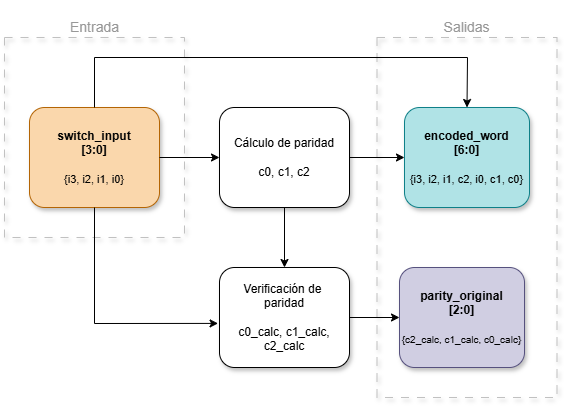
Above: Proyecto_1/module_encoder.png in MelanieEH01/Images_README (draw.io), before the change. Source tidied: cells renumbered, new cells last; positions are measured from the earlier drawing's top-left corner, leaving out a move shared by most shapes.
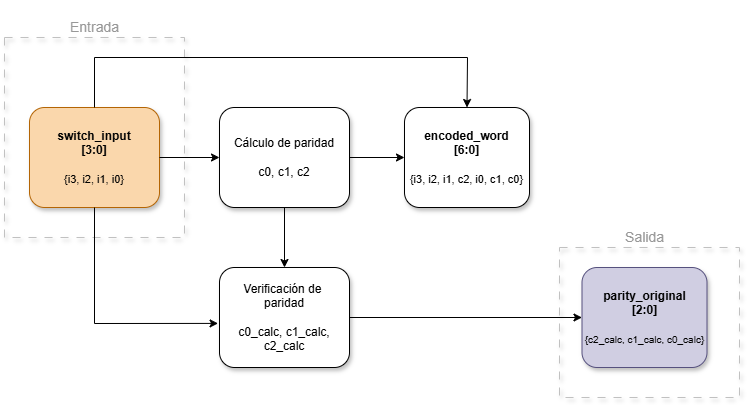
After the change.

Diff of the diagram source:
```diff
@@ -3,7 +3,7 @@
     <mxCell id="0" />
     <mxCell id="1" parent="0" />
     <mxCell id="2" style="rounded=0;whiteSpace=wrap;html=1;dashed=1;dashPattern=8 8;strokeColor=#C1C1C1;fillColor=none;shadow=1;" parent="1" vertex="1">
-      <mxGeometry x="372.5" y="30" width="180" height="360" as="geometry" />
+      <mxGeometry x="555" y="240" width="180" height="150" as="geometry" />
     </mxCell>
     <mxCell id="3" style="rounded=0;whiteSpace=wrap;html=1;dashed=1;dashPattern=8 8;strokeColor=#C1C1C1;fillColor=none;shadow=1;" parent="1" vertex="1">
       <mxGeometry y="30" width="180" height="200" as="geometry" />
@@ -31,17 +31,17 @@
     <mxCell id="10" value="Verificación de&amp;nbsp;&lt;div&gt;paridad&lt;div&gt;&lt;br&gt;&lt;/div&gt;&lt;div&gt;c0_calc, c1_calc, c2_calc&lt;/div&gt;&lt;/div&gt;" style="rounded=1;whiteSpace=wrap;html=1;fontFamily=Helvetica;glass=0;shadow=1;" parent="1" vertex="1">
       <mxGeometry x="215" y="260" width="130" height="100" as="geometry" />
     </mxCell>
-    <mxCell id="11" value="&lt;b&gt;encoded_word&lt;/b&gt;&lt;div&gt;&lt;b&gt;[6:0]&lt;/b&gt;&lt;/div&gt;&lt;div&gt;&lt;br&gt;&lt;/div&gt;&lt;div&gt;&lt;font style=&quot;font-size: 11px;&quot;&gt;{i3, i2, i1, c2, i0, c1, c0}&lt;/font&gt;&lt;/div&gt;" style="rounded=1;whiteSpace=wrap;html=1;fontFamily=Helvetica;fillColor=#b0e3e6;strokeColor=#0e8088;shadow=1;" parent="1" vertex="1">
+    <mxCell id="11" value="&lt;span&gt;&lt;b&gt;encoded_word&lt;/b&gt;&lt;/span&gt;&lt;div&gt;&lt;span&gt;&lt;b&gt;[6:0]&lt;/b&gt;&lt;/span&gt;&lt;/div&gt;&lt;div&gt;&lt;br&gt;&lt;/div&gt;&lt;div&gt;&lt;font style=&quot;font-size: 11px;&quot;&gt;{i3, i2, i1, c2, i0, c1, c0}&lt;/font&gt;&lt;/div&gt;" style="rounded=1;whiteSpace=wrap;html=1;fontFamily=Helvetica;shadow=1;fontStyle=0;" parent="1" vertex="1">
       <mxGeometry x="400" y="100" width="125" height="100" as="geometry" />
     </mxCell>
     <mxCell id="12" value="&lt;b&gt;parity_original&lt;/b&gt;&lt;div&gt;&lt;b&gt;[2:0]&lt;/b&gt;&lt;/div&gt;&lt;div&gt;&lt;br&gt;&lt;/div&gt;&lt;div&gt;&lt;font style=&quot;font-size: 10px;&quot;&gt;{c2_calc, c1_calc, c0_calc}&lt;/font&gt;&lt;/div&gt;" style="rounded=1;whiteSpace=wrap;html=1;fontFamily=Helvetica;fillColor=#d0cee2;strokeColor=#56517e;shadow=1;" parent="1" vertex="1">
-      <mxGeometry x="395" y="260" width="125" height="100" as="geometry" />
+      <mxGeometry x="577.5" y="260" width="125" height="100" as="geometry" />
     </mxCell>
     <mxCell id="13" value="&lt;h4&gt;&lt;font style=&quot;font-weight: normal;&quot;&gt;Entrada&lt;/font&gt;&lt;/h4&gt;" style="text;strokeColor=none;fillColor=none;html=1;fontSize=14;fontStyle=0;verticalAlign=middle;align=center;fontColor=light-dark(#989898,#EDEDED);" parent="1" vertex="1">
       <mxGeometry x="40" width="100" height="40" as="geometry" />
     </mxCell>
-    <mxCell id="14" value="&lt;h4&gt;&lt;font style=&quot;font-weight: normal;&quot;&gt;Salidas&lt;/font&gt;&lt;/h4&gt;" style="text;strokeColor=none;fillColor=none;html=1;fontSize=14;fontStyle=0;verticalAlign=middle;align=center;fontColor=light-dark(#989898,#EDEDED);" parent="1" vertex="1">
-      <mxGeometry x="412.5" width="100" height="40" as="geometry" />
+    <mxCell id="14" value="&lt;h4&gt;&lt;font style=&quot;font-weight: normal;&quot;&gt;Salida&lt;/font&gt;&lt;/h4&gt;" style="text;strokeColor=none;fillColor=none;html=1;fontSize=14;fontStyle=0;verticalAlign=middle;align=center;fontColor=light-dark(#989898,#EDEDED);" parent="1" vertex="1">
+      <mxGeometry x="590" y="210" width="100" height="40" as="geometry" />
     </mxCell>
     <mxCell id="15" style="endArrow=classic;html=1;rounded=0;exitX=0.5;exitY=1;exitDx=0;exitDy=0;entryX=-0.011;entryY=0.559;entryDx=0;entryDy=0;entryPerimeter=0;" parent="1" edge="1" source="4" target="10">
       <mxGeometry relative="1" as="geometry">
```
